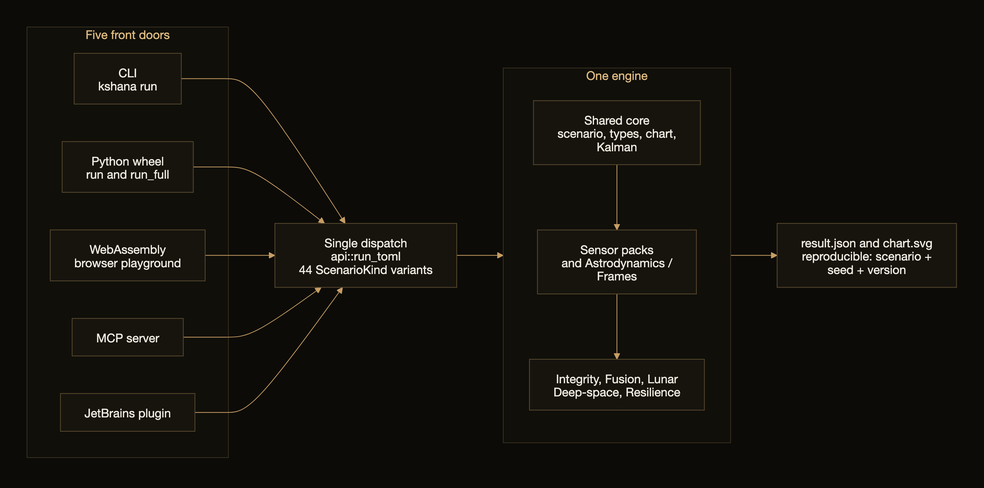
Earlier version of the Mermaid export docs/assets/diagrams/system-overview.png (ashfordeOU/kshana). Its source is kept beside it as docs/diagrams/system-overview.mmd.
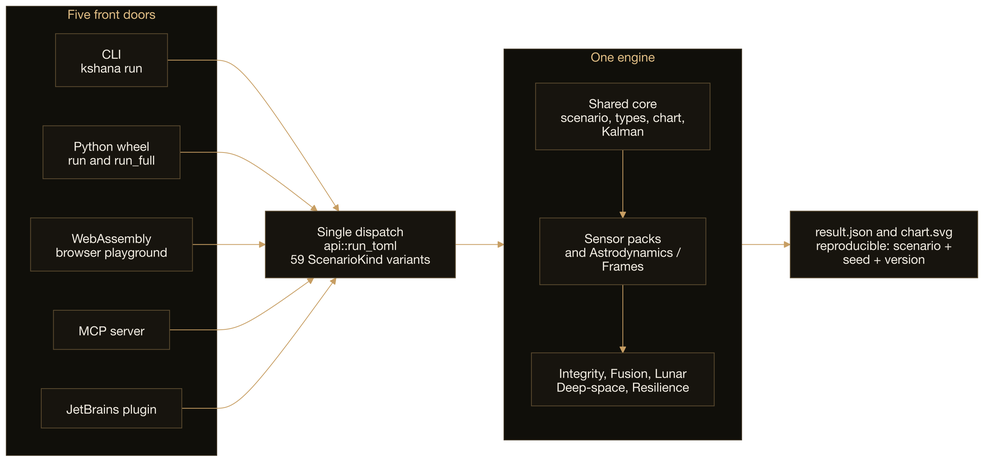
Later version of the same file.

Commit message:
fix(docs): the hero diagram's scenario count, and the alt-text no guard listed

The edit, as a diff of the source:
```diff
@@ -8,7 +8,7 @@
         IDE[JetBrains plugin]
     end
 
-    DISPATCH[Single dispatch<br/>api::run_toml<br/>44 ScenarioKind variants]
+    DISPATCH[Single dispatch<br/>api::run_toml<br/>59 ScenarioKind variants]
 
     subgraph ENGINE[One engine]
         direction TB
```
